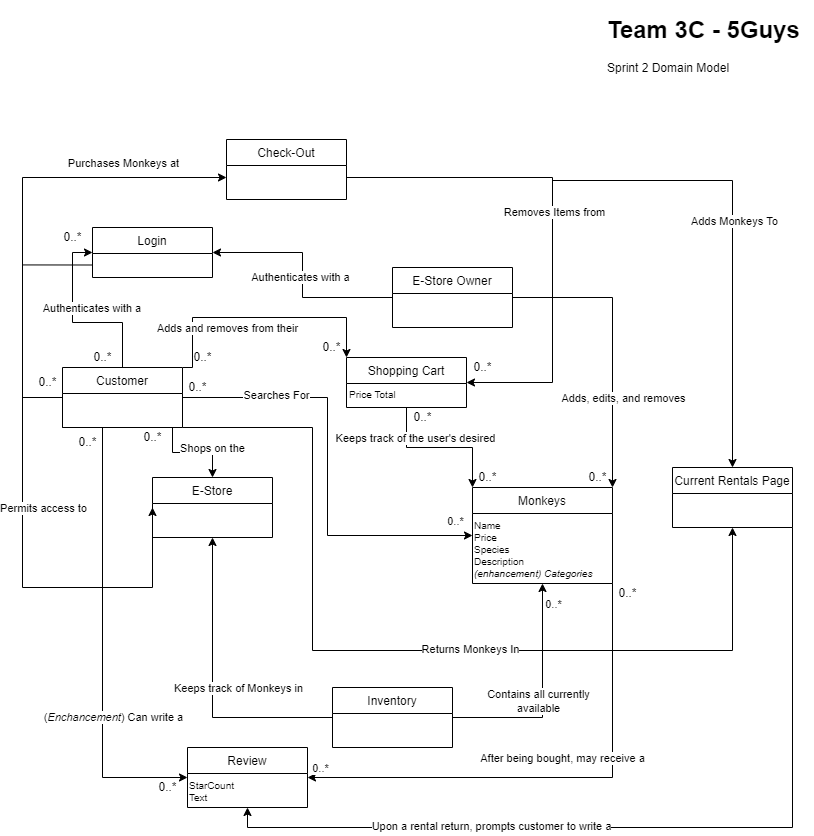
This is docs/domain-model.png from awb8593/Monkey-Rental-Service, a draw.io export, as it was before one commit. Source tidied: cells renumbered, new cells last; positions are measured from the earlier drawing's top-left corner, leaving out a move shared by most shapes.
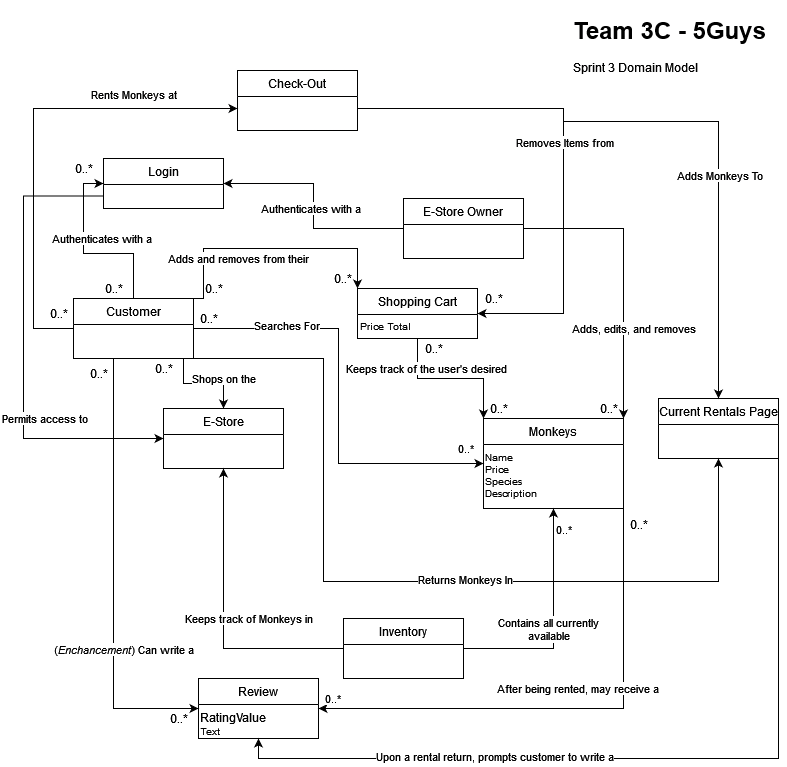
The same file after the commit.

Commit message:
Updated Domain Model To sprint 3

Diff of the diagram source:
```diff
@@ -5,7 +5,7 @@
     <mxCell id="2" style="edgeStyle=orthogonalEdgeStyle;rounded=0;jettySize=auto;html=1;exitX=1;exitY=1;exitDx=0;exitDy=0;entryX=1;entryY=0.5;entryDx=0;entryDy=0;endArrow=classic;endFill=1;strokeColor=#000000;" parent="1" edge="1" source="5" target="44">
       <mxGeometry relative="1" as="geometry" />
     </mxCell>
-    <mxCell id="3" value="After being bought, may receive a" style="edgeLabel;html=1;align=center;verticalAlign=middle;" parent="2" vertex="1">
+    <mxCell id="3" value="After being rented, may receive a" style="edgeLabel;html=1;align=center;verticalAlign=middle;" parent="2" vertex="1">
       <mxGeometry x="-0.14" y="-2" relative="1" as="geometry">
         <mxPoint x="-30" y="-18" as="offset" />
       </mxGeometry>
@@ -16,10 +16,10 @@
       </mxGeometry>
     </mxCell>
     <mxCell id="5" value="Monkeys" style="swimlane;fontStyle=0;align=center;verticalAlign=top;horizontal=1;startSize=26;rounded=0;shadow=0;strokeWidth=1;" parent="1" vertex="1">
-      <mxGeometry x="450" y="477" width="140" height="96" as="geometry" />
+      <mxGeometry x="450" y="477" width="140" height="90" as="geometry" />
     </mxCell>
-    <mxCell id="6" value="&lt;div style=&quot;font-size: 10px&quot;&gt;&lt;font style=&quot;font-size: 10px&quot;&gt;Name &lt;br&gt;&lt;/font&gt;&lt;/div&gt;&lt;div style=&quot;font-size: 10px&quot;&gt;&lt;font style=&quot;font-size: 10px&quot;&gt;Price&lt;/font&gt;&lt;/div&gt;&lt;div style=&quot;font-size: 10px&quot;&gt;&lt;font style=&quot;font-size: 10px&quot;&gt;Species&lt;br&gt;&lt;/font&gt;&lt;/div&gt;&lt;div style=&quot;font-size: 10px&quot;&gt;Description&lt;/div&gt;&lt;div style=&quot;font-size: 10px&quot;&gt;&lt;i&gt;(enhancement) Categories &lt;/i&gt;&lt;br&gt;&lt;/div&gt;" style="text;whiteSpace=wrap;html=1;" parent="5" vertex="1">
-      <mxGeometry y="26" width="140" height="70" as="geometry" />
+    <mxCell id="6" value="&lt;div style=&quot;font-size: 10px&quot;&gt;&lt;font style=&quot;font-size: 10px&quot;&gt;Name &lt;br&gt;&lt;/font&gt;&lt;/div&gt;&lt;div style=&quot;font-size: 10px&quot;&gt;&lt;font style=&quot;font-size: 10px&quot;&gt;Price&lt;/font&gt;&lt;/div&gt;&lt;div style=&quot;font-size: 10px&quot;&gt;&lt;font style=&quot;font-size: 10px&quot;&gt;Species&lt;br&gt;&lt;/font&gt;&lt;/div&gt;&lt;div style=&quot;font-size: 10px&quot;&gt;Description&lt;i&gt; &lt;/i&gt;&lt;br&gt;&lt;/div&gt;" style="text;whiteSpace=wrap;html=1;" parent="5" vertex="1">
+      <mxGeometry y="26" width="140" height="64" as="geometry" />
     </mxCell>
     <mxCell id="7" style="edgeStyle=orthogonalEdgeStyle;rounded=0;jettySize=auto;html=1;entryX=0.5;entryY=1;entryDx=0;entryDy=0;endArrow=classic;endFill=1;strokeColor=#000000;" parent="1" edge="1" source="12" target="5">
       <mxGeometry relative="1" as="geometry" />
@@ -46,15 +46,14 @@
     <mxCell id="13" style="edgeStyle=orthogonalEdgeStyle;rounded=0;jettySize=auto;html=1;exitX=0;exitY=0.75;exitDx=0;exitDy=0;entryX=0;entryY=0.5;entryDx=0;entryDy=0;" parent="1" edge="1" source="15" target="32">
       <mxGeometry relative="1" as="geometry">
         <Array as="points">
-          <mxPoint y="255" />
-          <mxPoint y="577" />
-          <mxPoint x="130" y="577" />
+          <mxPoint x="-10" y="255" />
+          <mxPoint x="-10" y="497" />
         </Array>
       </mxGeometry>
     </mxCell>
     <mxCell id="14" value="Permits access to " style="edgeLabel;html=1;align=center;verticalAlign=middle;" parent="13" vertex="1">
       <mxGeometry x="0.4" y="1" relative="1" as="geometry">
-        <mxPoint x="-9" y="-79" as="offset" />
+        <mxPoint x="20" y="-19" as="offset" />
       </mxGeometry>
     </mxCell>
     <mxCell id="15" value="Login" style="swimlane;fontStyle=0;align=center;verticalAlign=top;horizontal=1;startSize=26;rounded=0;shadow=0;strokeWidth=1;" parent="1" vertex="1">
@@ -115,7 +114,7 @@
         </Array>
       </mxGeometry>
     </mxCell>
-    <mxCell id="26" value="Purchases Monkeys at" style="edgeLabel;html=1;align=center;verticalAlign=middle;" parent="25" vertex="1">
+    <mxCell id="26" value="Rents Monkeys at" style="edgeLabel;html=1;align=center;verticalAlign=middle;" parent="25" vertex="1">
       <mxGeometry x="0.09" relative="1" as="geometry">
         <mxPoint x="100" y="-22" as="offset" />
       </mxGeometry>
@@ -138,7 +137,7 @@
         <Array as="points">
           <mxPoint x="290" y="417" />
           <mxPoint x="290" y="640" />
-          <mxPoint x="710" y="640" />
+          <mxPoint x="685" y="640" />
         </Array>
       </mxGeometry>
     </mxCell>
@@ -204,11 +203,11 @@
     <mxCell id="44" value="Review" style="swimlane;fontStyle=0;align=center;verticalAlign=top;horizontal=1;startSize=26;rounded=0;shadow=0;strokeWidth=1;" parent="1" vertex="1">
       <mxGeometry x="165" y="737" width="120" height="60" as="geometry" />
     </mxCell>
-    <mxCell id="45" value="&lt;div style=&quot;font-size: 10px&quot;&gt;&lt;font style=&quot;font-size: 10px&quot;&gt;StarCount&lt;/font&gt;&lt;/div&gt;&lt;div style=&quot;font-size: 10px&quot;&gt;&lt;font style=&quot;font-size: 10px&quot;&gt;Text&lt;/font&gt;&lt;br&gt;&lt;/div&gt;" style="text;whiteSpace=wrap;html=1;" parent="44" vertex="1">
+    <mxCell id="45" value="RatingValue&lt;div style=&quot;font-size: 10px&quot;&gt;&lt;font style=&quot;font-size: 10px&quot;&gt;Text&lt;/font&gt;&lt;br&gt;&lt;/div&gt;" style="text;whiteSpace=wrap;html=1;" parent="44" vertex="1">
       <mxGeometry y="26" width="120" height="34" as="geometry" />
     </mxCell>
-    <mxCell id="46" value="&lt;h1&gt;Team 3C - 5Guys&lt;br&gt;&lt;/h1&gt;&lt;p&gt;Sprint 2 Domain Model&lt;br&gt;&lt;/p&gt;" style="text;html=1;strokeColor=none;fillColor=none;spacing=5;spacingTop=-20;whiteSpace=wrap;overflow=hidden;rounded=0;" parent="1" vertex="1">
-      <mxGeometry x="580" width="210" height="120" as="geometry" />
+    <mxCell id="46" value="&lt;h1&gt;Team 3C - 5Guys&lt;br&gt;&lt;/h1&gt;&lt;p&gt;Sprint 3 Domain Model&lt;br&gt;&lt;/p&gt;" style="text;html=1;strokeColor=none;fillColor=none;spacing=5;spacingTop=-20;whiteSpace=wrap;overflow=hidden;rounded=0;" parent="1" vertex="1">
+      <mxGeometry x="535" y="69" width="210" height="120" as="geometry" />
     </mxCell>
     <mxCell id="47" value="0..*" style="text;html=1;align=center;verticalAlign=middle;strokeColor=none;fillColor=none;" parent="1" vertex="1">
       <mxGeometry x="10" y="362" width="30" height="20" as="geometry" />
@@ -262,14 +261,13 @@
       <mxGeometry x="0.39" y="-2" relative="1" as="geometry" />
     </mxCell>
     <mxCell id="64" value="Current Rentals Page" style="swimlane;fontStyle=0;align=center;verticalAlign=top;horizontal=1;startSize=26;rounded=0;shadow=0;strokeWidth=1;" parent="1" vertex="1">
-      <mxGeometry x="650" y="457" width="120" height="60" as="geometry" />
+      <mxGeometry x="625" y="457" width="120" height="60" as="geometry" />
     </mxCell>
     <mxCell id="65" style="edgeStyle=orthogonalEdgeStyle;rounded=0;jettySize=auto;html=1;entryX=0.5;entryY=0;entryDx=0;entryDy=0;" parent="1" edge="1" target="64">
       <mxGeometry relative="1" as="geometry">
         <mxPoint x="530" y="180" as="sourcePoint" />
         <Array as="points">
-          <mxPoint x="530" y="170" />
-          <mxPoint x="710" y="170" />
+          <mxPoint x="685" y="180" />
         </Array>
       </mxGeometry>
     </mxCell>
```
